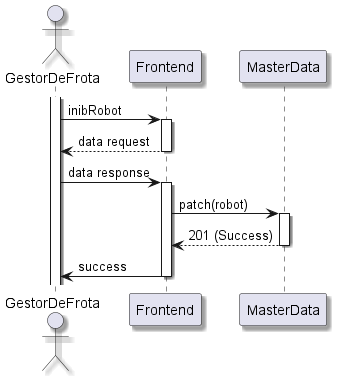
Earlier version of the PlantUML export docs/Sprint B/1210913/us1020/us1020-NVL2.png (pedrocmesquita/RobDroneGo).
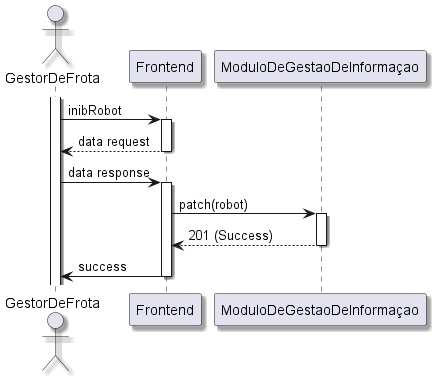
Later version of the same file.

What changed in the source:
```diff
@@ -14,10 +14,10 @@
 deactivate Frontend
 GestorDeFrota -> Frontend: data response
 activate Frontend
-Frontend -> MasterData: patch(robot)
-activate MasterData
-MasterData --> Frontend: 201 (Success)
-deactivate MasterData
+Frontend -> ModuloDeGestaoDeInformaçao: patch(robot)
+activate ModuloDeGestaoDeInformaçao
+ModuloDeGestaoDeInformaçao --> Frontend: 201 (Success)
+deactivate ModuloDeGestaoDeInformaçao
 Frontend -> GestorDeFrota: success
 deactivate Frontend
 
```
